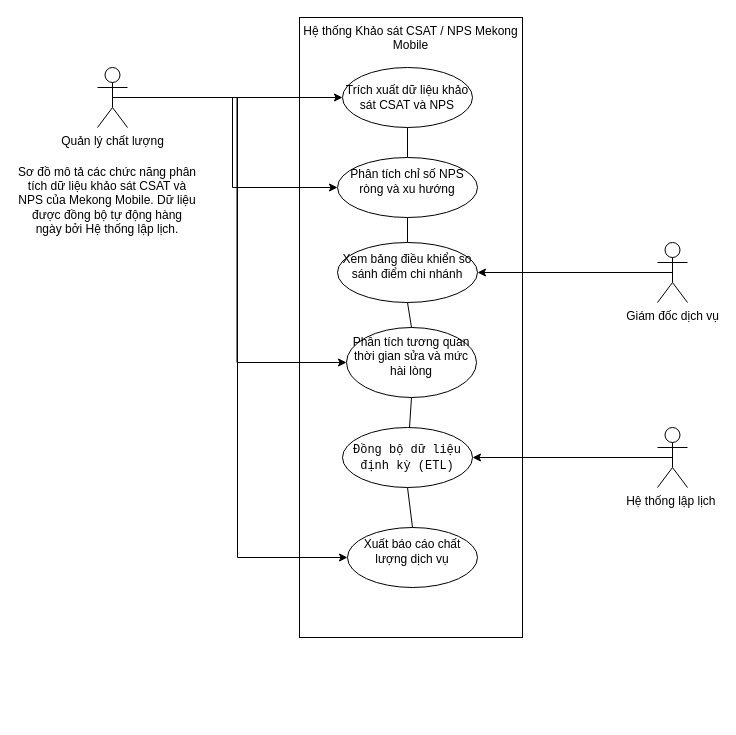
MinhQuang123789/cdtn1-dongquangminh-L8 keeps this draw.io diagram as docs/usecase.drawio. Above is the earlier version. Source tidied: cells renumbered, new cells numbered last; positions are measured from the earlier drawing's top-left corner, leaving out a move shared by most shapes. Both pictures are drawn from the tidied source at 100%, with x=0, y=0 at pixel (17, 17).
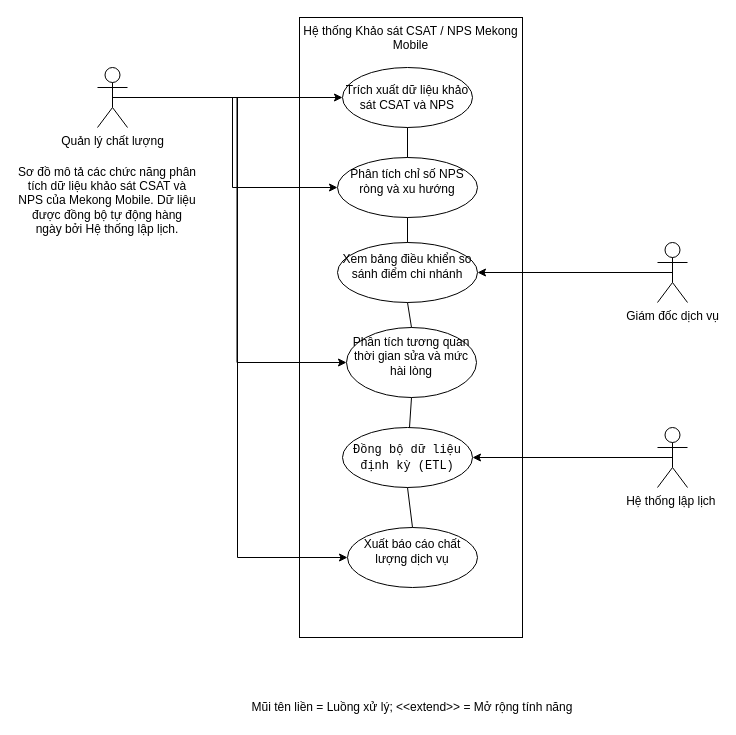
The same diagram, later.

What changed in the source:
```diff
@@
+    <mxCell id="24" value=" Mũi tên liền = Luồng xử lý; &amp;lt;&amp;lt;extend&amp;gt;&amp;gt; = Mở rộng tính năng" style="text;html=1;whiteSpace=wrap;strokeColor=none;fillColor=none;align=center;verticalAlign=middle;rounded=0;" parent="1" vertex="1">
+      <mxGeometry x="220" y="680" width="350" height="20" as="geometry" />
+    </mxCell>
```
